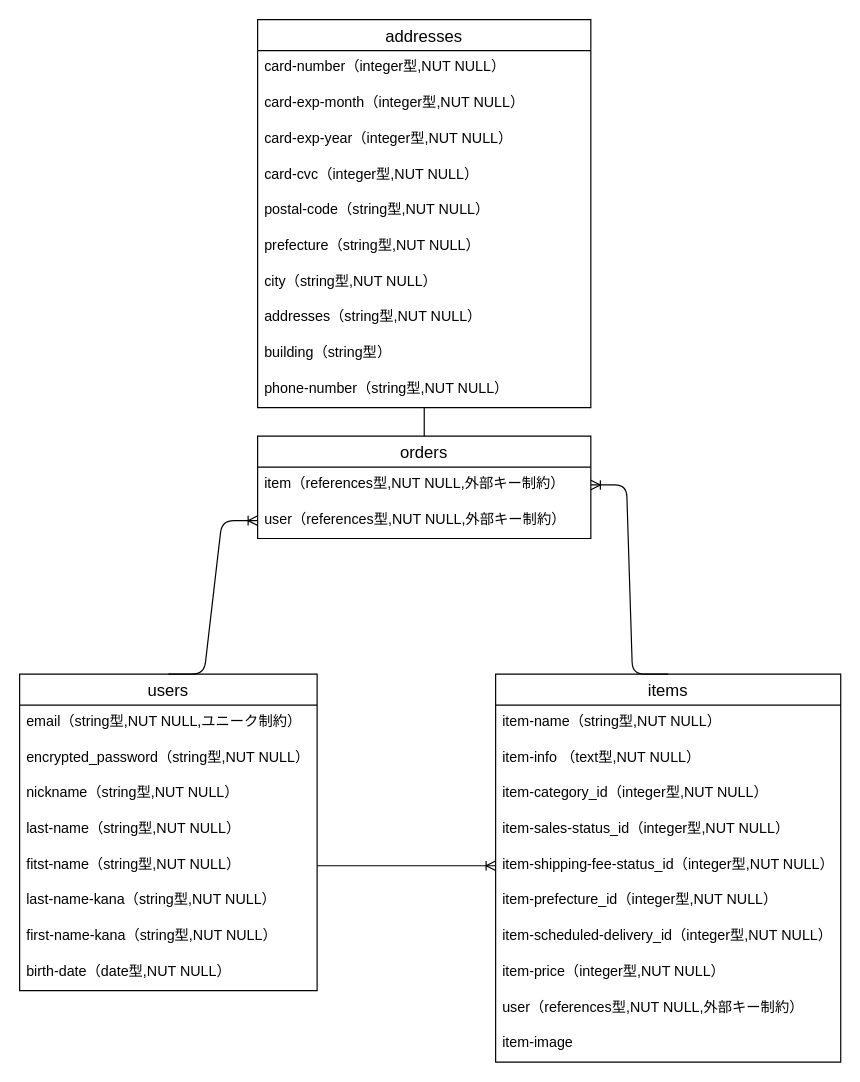
Earlier version of the draw.io diagram Draw.dio (sakana117/furima-37643). Source tidied: cells renumbered, new cells numbered last; positions are measured from the earlier drawing's top-left corner, leaving out a move shared by most shapes. Both pictures are drawn from the tidied source at 119%, with x=0, y=0 at pixel (19, 19).
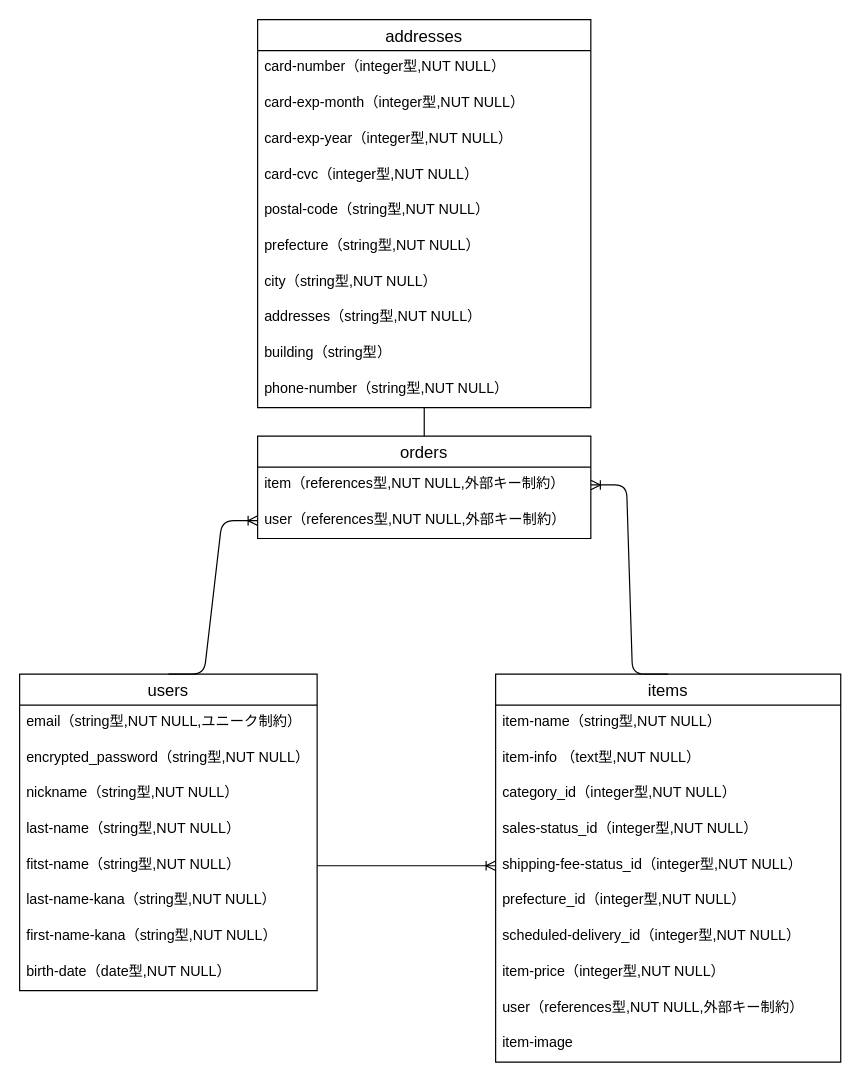
Above is the later version.

Commit message (it also covers changes not shown here):
データベース設計　修正3

The change refers to these unchanged cells:
```xml
<mxCell id="11" value="items" style="swimlane;fontStyle=0;horizontal=1;startSize=26;align=center;fontSize=14;" parent="1" vertex="1">
  <mxGeometry x="400" y="550" width="290" height="326" as="geometry" />
</mxCell>
```

Diff of the diagram source:
```diff
@@
-    <mxCell id="14" value="item-category_id（integer型,NUT NULL）" style="text;strokeColor=none;fillColor=none;spacingLeft=4;spacingRight=4;overflow=hidden;fontSize=12;" parent="11" vertex="1">
+    <mxCell id="14" value="category_id（integer型,NUT NULL）" style="text;strokeColor=none;fillColor=none;spacingLeft=4;spacingRight=4;overflow=hidden;fontSize=12;" parent="11" vertex="1">
       <mxGeometry y="86" width="290" height="30" as="geometry" />
     </mxCell>
-    <mxCell id="15" value="item-sales-status_id（integer型,NUT NULL）" style="text;strokeColor=none;fillColor=none;spacingLeft=4;spacingRight=4;overflow=hidden;fontSize=12;" parent="11" vertex="1">
+    <mxCell id="15" value="sales-status_id（integer型,NUT NULL）" style="text;strokeColor=none;fillColor=none;spacingLeft=4;spacingRight=4;overflow=hidden;fontSize=12;" parent="11" vertex="1">
       <mxGeometry y="116" width="290" height="30" as="geometry" />
     </mxCell>
-    <mxCell id="16" value="item-shipping-fee-status_id（integer型,NUT NULL）" style="text;strokeColor=none;fillColor=none;spacingLeft=4;spacingRight=4;overflow=hidden;points=[[0,0.5],[1,0.5]];portConstraint=eastwest;fontSize=12;" parent="11" vertex="1">
+    <mxCell id="16" value="shipping-fee-status_id（integer型,NUT NULL）" style="text;strokeColor=none;fillColor=none;spacingLeft=4;spacingRight=4;overflow=hidden;points=[[0,0.5],[1,0.5]];portConstraint=eastwest;fontSize=12;" parent="11" vertex="1">
       <mxGeometry y="146" width="290" height="30" as="geometry" />
     </mxCell>
-    <mxCell id="17" value="item-prefecture_id（integer型,NUT NULL）" style="text;strokeColor=none;fillColor=none;spacingLeft=4;spacingRight=4;overflow=hidden;fontSize=12;" parent="11" vertex="1">
+    <mxCell id="17" value="prefecture_id（integer型,NUT NULL）" style="text;strokeColor=none;fillColor=none;spacingLeft=4;spacingRight=4;overflow=hidden;fontSize=12;" parent="11" vertex="1">
       <mxGeometry y="176" width="290" height="30" as="geometry" />
     </mxCell>
-    <mxCell id="18" value="item-scheduled-delivery_id（integer型,NUT NULL）" style="text;strokeColor=none;fillColor=none;spacingLeft=4;spacingRight=4;overflow=hidden;fontSize=12;" parent="11" vertex="1">
+    <mxCell id="18" value="scheduled-delivery_id（integer型,NUT NULL）" style="text;strokeColor=none;fillColor=none;spacingLeft=4;spacingRight=4;overflow=hidden;fontSize=12;" parent="11" vertex="1">
       <mxGeometry y="206" width="290" height="30" as="geometry" />
     </mxCell>
```
